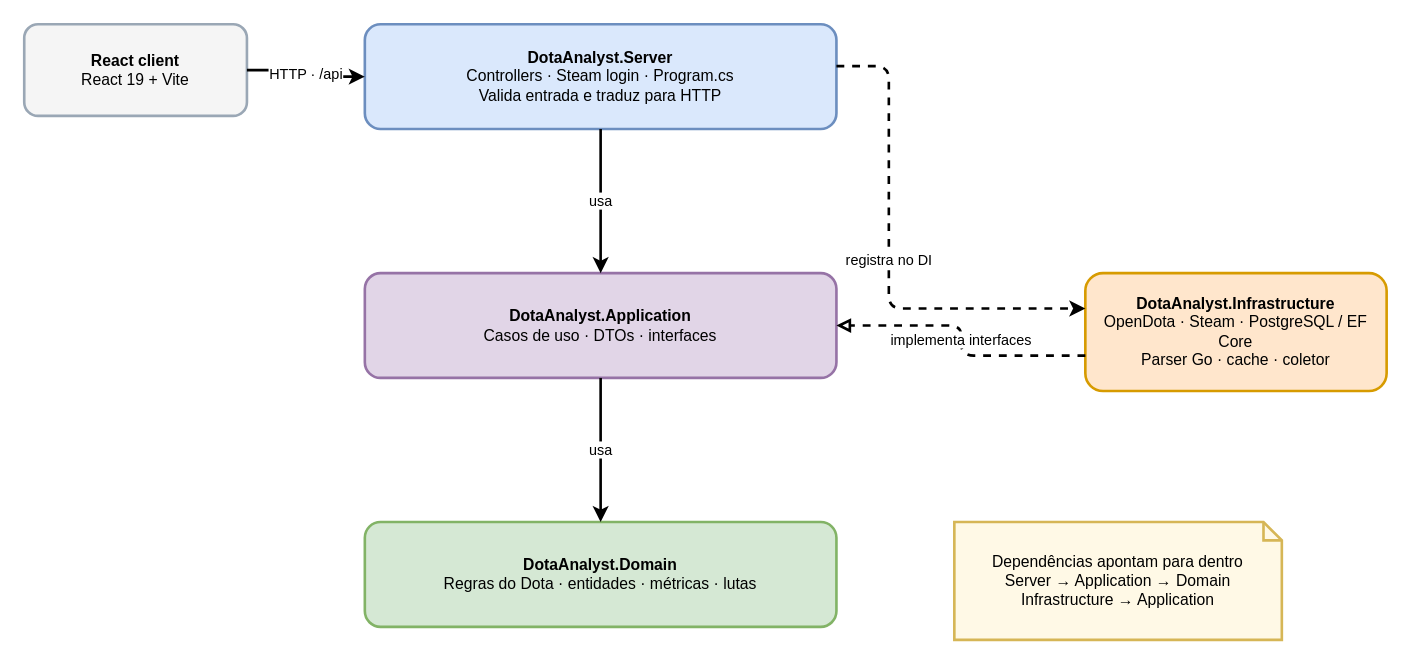
Above: page "2. Camadas DDD" (2 of 6) of docs/diagrams/dotaanalyst.drawio in andreomorg/dota_analyst (draw.io), before the change. Source tidied: cells renumbered, new cells numbered last; positions are measured from the earlier drawing's top-left corner, leaving out a move shared by most shapes. Both pictures are drawn from the tidied source at 131%, with x=0, y=0 at pixel (24, 24).
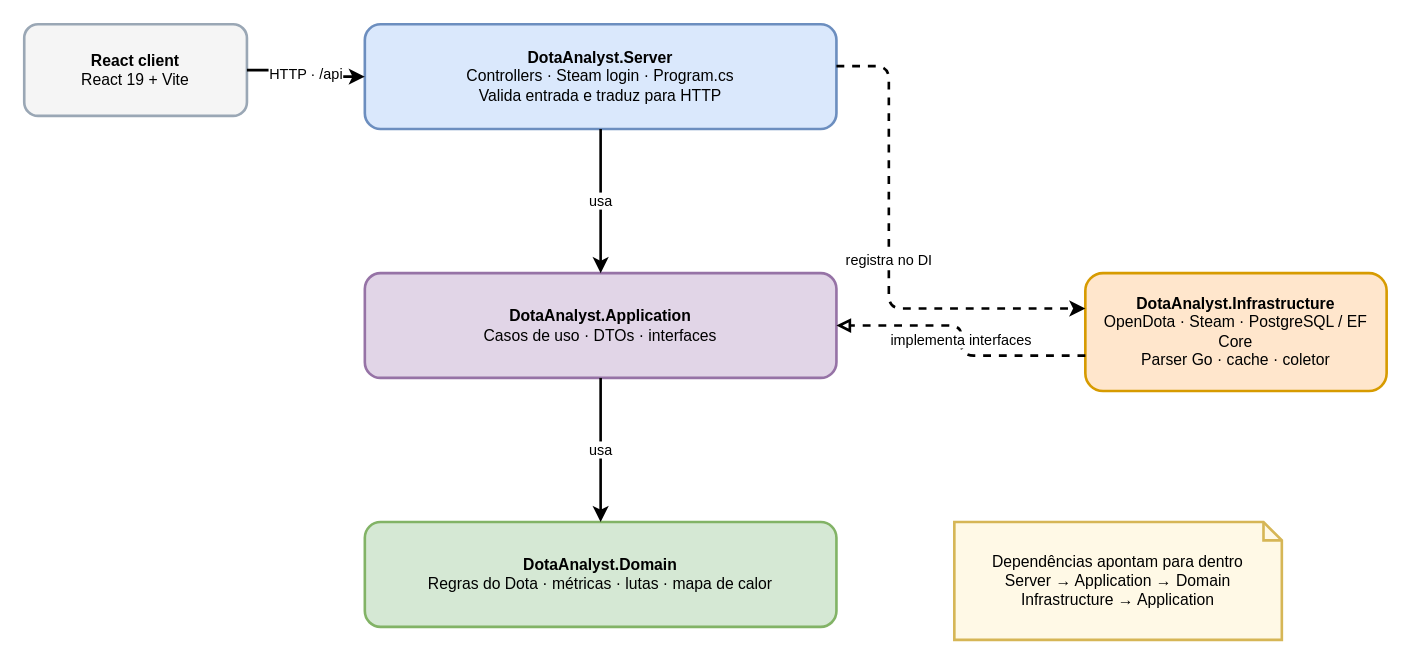
The same page after the edit.

Change to the diagram source:
```diff
@@
 <mxGraphModel>
   <root>
     <mxCell id="0" />
     <mxCell id="1" parent="0" />
     <mxCell id="2" value="&lt;b&gt;React client&lt;/b&gt;&lt;br&gt;React 19 + Vite" style="rounded=1;whiteSpace=wrap;html=1;fillColor=#f5f5f5;strokeColor=#9aa7b5;strokeWidth=2;" parent="1" vertex="1">
       <mxGeometry width="170" height="70" as="geometry" />
     </mxCell>
     <mxCell id="3" value="&lt;b&gt;DotaAnalyst.Server&lt;/b&gt;&lt;br&gt;Controllers · Steam login · Program.cs&lt;br&gt;Valida entrada e traduz para HTTP" style="rounded=1;whiteSpace=wrap;html=1;fillColor=#dae8fc;strokeColor=#6c8ebf;strokeWidth=2;" parent="1" vertex="1">
       <mxGeometry x="260" width="360" height="80" as="geometry" />
     </mxCell>
     <mxCell id="4" value="&lt;b&gt;DotaAnalyst.Application&lt;/b&gt;&lt;br&gt;Casos de uso · DTOs · interfaces" style="rounded=1;whiteSpace=wrap;html=1;fillColor=#e1d5e7;strokeColor=#9673a6;strokeWidth=2;" parent="1" vertex="1">
       <mxGeometry x="260" y="190" width="360" height="80" as="geometry" />
     </mxCell>
-    <mxCell id="5" value="&lt;b&gt;DotaAnalyst.Domain&lt;/b&gt;&lt;br&gt;Regras do Dota · entidades · métricas · lutas" style="rounded=1;whiteSpace=wrap;html=1;fillColor=#d5e8d4;strokeColor=#82b366;strokeWidth=2;" parent="1" vertex="1">
+    <mxCell id="5" value="&lt;b&gt;DotaAnalyst.Domain&lt;/b&gt;&lt;br&gt;Regras do Dota · métricas · lutas · mapa de calor" style="rounded=1;whiteSpace=wrap;html=1;fillColor=#d5e8d4;strokeColor=#82b366;strokeWidth=2;" parent="1" vertex="1">
       <mxGeometry x="260" y="380" width="360" height="80" as="geometry" />
     </mxCell>
     <mxCell id="6" value="&lt;b&gt;DotaAnalyst.Infrastructure&lt;/b&gt;&lt;br&gt;OpenDota · Steam · PostgreSQL / EF Core&lt;br&gt;Parser Go · cache · coletor" style="rounded=1;whiteSpace=wrap;html=1;fillColor=#ffe6cc;strokeColor=#d79b00;strokeWidth=2;" parent="1" vertex="1">
       <mxGeometry x="810" y="190" width="230" height="90" as="geometry" />
     </mxCell>
     <mxCell id="7" value="Dependências apontam para dentro&lt;br&gt;Server → Application → Domain&lt;br&gt;Infrastructure → Application" style="shape=note;whiteSpace=wrap;html=1;size=14;fillColor=#fff9e6;strokeColor=#d6b656;strokeWidth=2;" parent="1" vertex="1">
       <mxGeometry x="710" y="380" width="250" height="90" as="geometry" />
     </mxCell>
     <mxCell id="8" value="HTTP · /api" style="edgeStyle=orthogonalEdgeStyle;rounded=1;strokeWidth=2;html=1;labelBackgroundColor=#ffffff;exitX=1;exitY=0.5;entryX=0;entryY=0.5;" parent="1" edge="1" source="2" target="3">
       <mxGeometry relative="1" as="geometry" />
     </mxCell>
     <mxCell id="9" value="usa" style="edgeStyle=orthogonalEdgeStyle;rounded=1;strokeWidth=2;html=1;labelBackgroundColor=#ffffff;exitX=0.5;exitY=1;entryX=0.5;entryY=0;" parent="1" edge="1" source="3" target="4">
       <mxGeometry relative="1" as="geometry" />
     </mxCell>
     <mxCell id="10" value="usa" style="edgeStyle=orthogonalEdgeStyle;rounded=1;strokeWidth=2;html=1;labelBackgroundColor=#ffffff;exitX=0.5;exitY=1;entryX=0.5;entryY=0;" parent="1" edge="1" source="4" target="5">
       <mxGeometry relative="1" as="geometry" />
     </mxCell>
     <mxCell id="11" value="registra no DI" style="edgeStyle=orthogonalEdgeStyle;rounded=1;dashed=1;strokeWidth=2;html=1;labelBackgroundColor=#ffffff;exitX=1;exitY=0.4;entryX=0;entryY=0.3;" parent="1" edge="1" source="3" target="6">
       <mxGeometry relative="1" as="geometry">
         <Array as="points">
           <mxPoint x="660" y="32" />
           <mxPoint x="660" y="217" />
         </Array>
       </mxGeometry>
     </mxCell>
     <mxCell id="12" value="implementa interfaces" style="edgeStyle=orthogonalEdgeStyle;rounded=1;dashed=1;strokeWidth=2;endArrow=block;endFill=0;html=1;labelBackgroundColor=#ffffff;exitX=0;exitY=0.7;entryX=1;entryY=0.5;" parent="1" edge="1" source="6" target="4">
       <mxGeometry relative="1" as="geometry" />
     </mxCell>
   </root>
 </mxGraphModel>
```
